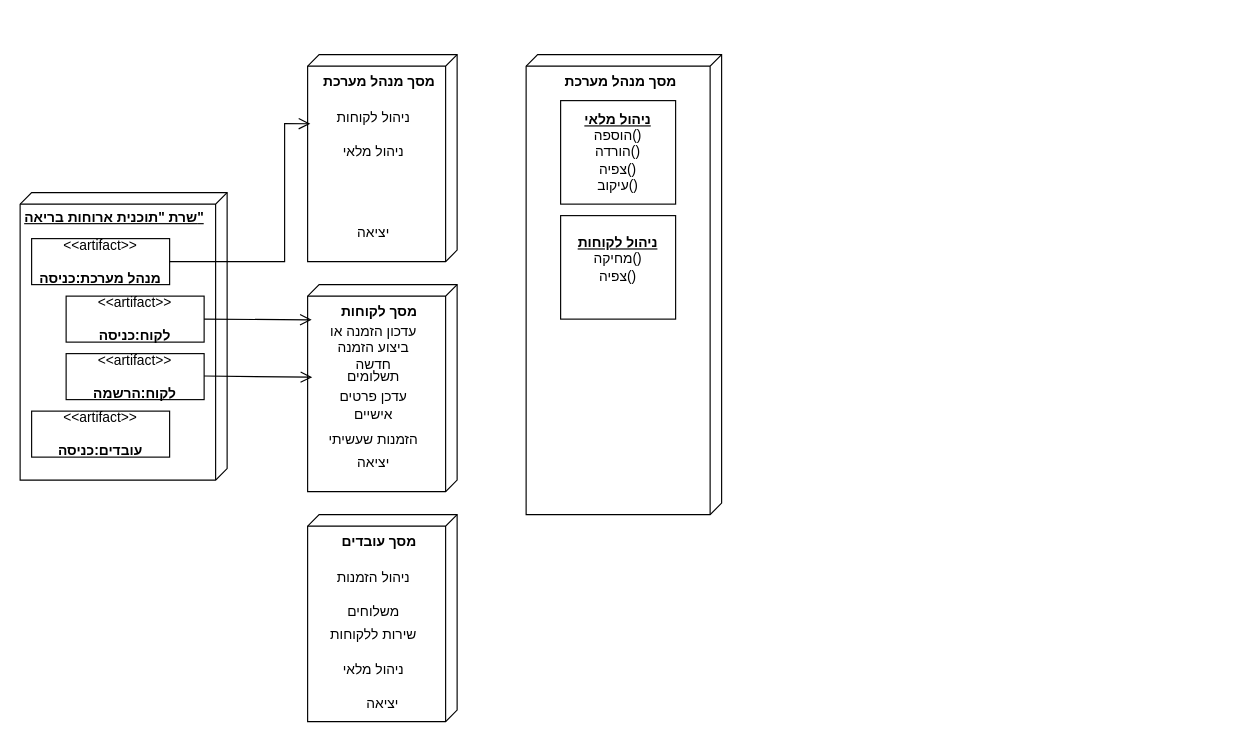
nawrasfaour/OurFoodProj keeps this draw.io diagram as Deployment diagram.drawio. Above is the earlier version. Source tidied: cells renumbered, new cells numbered last; positions are measured from the earlier drawing's top-left corner, leaving out a move shared by most shapes. Both pictures are drawn from the tidied source at 115%, with x=0, y=0 at pixel (20, 54).
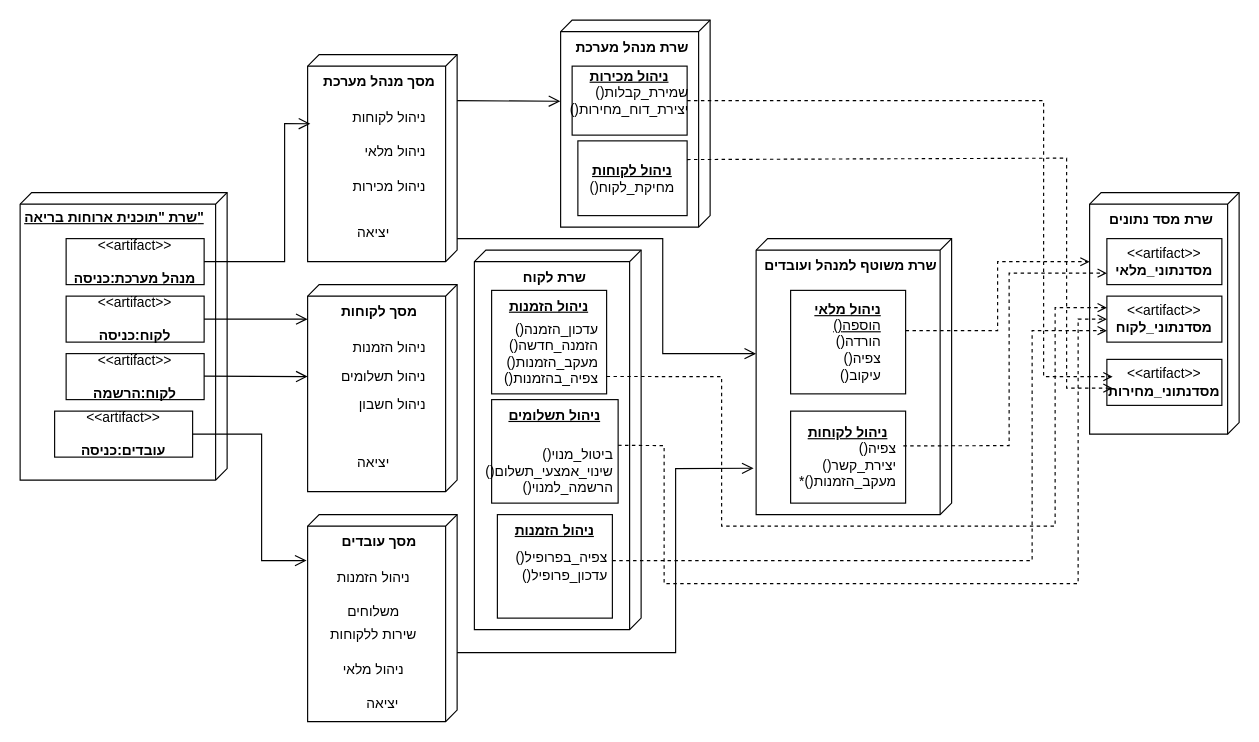
Above is the later version.

Unchanged cells that the change refers to:
```xml
<mxCell id="4" value="&amp;lt;&amp;lt;artifact&amp;gt;&amp;gt;&lt;div&gt;&lt;b&gt;&lt;br&gt;&lt;/b&gt;&lt;/div&gt;&lt;div&gt;&lt;b&gt;לקוח:כניסה&lt;/b&gt;&lt;/div&gt;" style="html=1;align=center;verticalAlign=middle;dashed=0;whiteSpace=wrap;" parent="1" vertex="1">
  <mxGeometry x="40" y="210" width="120" height="40" as="geometry" />
</mxCell>
<mxCell id="7" value="&lt;b&gt;מסך מנהל מערכת&lt;/b&gt;" style="verticalAlign=top;align=center;shape=cube;size=10;direction=south;fontStyle=0;html=1;boundedLbl=1;spacingLeft=5;whiteSpace=wrap;" parent="1" vertex="1">
  <mxGeometry x="250" width="130" height="180" as="geometry" />
</mxCell>
<mxCell id="12" value="&lt;b&gt;מסך לקוחות&lt;/b&gt;" style="verticalAlign=top;align=center;shape=cube;size=10;direction=south;fontStyle=0;html=1;boundedLbl=1;spacingLeft=5;whiteSpace=wrap;" parent="1" vertex="1">
  <mxGeometry x="250" y="200" width="130" height="180" as="geometry" />
</mxCell>
<mxCell id="20" value="&lt;b&gt;מסך עובדים&lt;/b&gt;" style="verticalAlign=top;align=center;shape=cube;size=10;direction=south;fontStyle=0;html=1;boundedLbl=1;spacingLeft=5;whiteSpace=wrap;" parent="1" vertex="1">
  <mxGeometry x="250" y="400" width="130" height="180" as="geometry" />
</mxCell>
```

What changed in the source:
```diff
@@
     <mxCell id="3" value="&amp;lt;&amp;lt;artifact&amp;gt;&amp;gt;&lt;br&gt;&lt;br&gt;&lt;b&gt;מנהל מערכת:כניסה&lt;/b&gt;" style="html=1;align=center;verticalAlign=middle;dashed=0;whiteSpace=wrap;" parent="1" vertex="1">
-      <mxGeometry x="10" y="160" width="120" height="40" as="geometry" />
+      <mxGeometry x="40" y="160" width="120" height="40" as="geometry" />
     </mxCell>
@@
     <mxCell id="6" value="&amp;lt;&amp;lt;artifact&amp;gt;&amp;gt;&lt;br&gt;&lt;br&gt;&lt;b&gt;עובדים:כניסה&lt;/b&gt;" style="html=1;align=center;verticalAlign=middle;dashed=0;whiteSpace=wrap;" parent="1" vertex="1">
-      <mxGeometry x="10" y="310" width="120" height="40" as="geometry" />
+      <mxGeometry x="30" y="310" width="120" height="40" as="geometry" />
     </mxCell>
@@
-    <mxCell id="9" value="ניהול לקוחות" style="text;align=center;verticalAlign=middle;dashed=0;whiteSpace=wrap;" parent="1" vertex="1">
+    <mxCell id="9" value="ניהול לקוחות" style="text;align=right;verticalAlign=middle;dashed=0;whiteSpace=wrap;" parent="1" vertex="1">
       <mxGeometry x="260" y="40" width="95" height="30" as="geometry" />
     </mxCell>
-    <mxCell id="10" value="ניהול מלאי" style="text;align=center;verticalAlign=middle;dashed=0;whiteSpace=wrap;" parent="1" vertex="1">
+    <mxCell id="10" value="ניהול מלאי" style="text;align=right;verticalAlign=middle;dashed=0;whiteSpace=wrap;" parent="1" vertex="1">
       <mxGeometry x="260" y="70" width="95" height="30" as="geometry" />
     </mxCell>
@@
-    <mxCell id="13" value="עדכון הזמנה או ביצוע הזמנה חדשה" style="text;align=center;verticalAlign=middle;dashed=0;whiteSpace=wrap;" parent="1" vertex="1">
+    <mxCell id="13" value="ניהול הזמנות" style="text;align=right;verticalAlign=middle;dashed=0;whiteSpace=wrap;" parent="1" vertex="1">
       <mxGeometry x="260" y="240" width="95" height="30" as="geometry" />
     </mxCell>
-    <mxCell id="14" value="תשלומים" style="text;align=center;verticalAlign=middle;dashed=0;whiteSpace=wrap;" parent="1" vertex="1">
+    <mxCell id="14" value="ניהול תשלומים" style="text;align=right;verticalAlign=middle;dashed=0;whiteSpace=wrap;" parent="1" vertex="1">
       <mxGeometry x="260" y="265" width="95" height="30" as="geometry" />
     </mxCell>
-    <mxCell id="15" value="עדכן פרטים אישיים" style="text;align=center;verticalAlign=middle;dashed=0;whiteSpace=wrap;" parent="1" vertex="1">
+    <mxCell id="15" value="ניהול חשבון" style="text;align=right;verticalAlign=middle;dashed=0;whiteSpace=wrap;" parent="1" vertex="1">
       <mxGeometry x="260" y="290" width="95" height="30" as="geometry" />
     </mxCell>
-    <mxCell id="16" value="הזמנות שעשיתי" style="text;align=center;verticalAlign=middle;dashed=0;whiteSpace=wrap;" parent="1" vertex="1">
-      <mxGeometry x="260" y="320" width="95" height="30" as="geometry" />
-    </mxCell>
@@
-    <mxCell id="18" style="endArrow=open;startArrow=none;endFill=0;startFill=0;endSize=8;html=1;verticalAlign=bottom;labelBackgroundColor=none;strokeWidth=1;rounded=0;exitX=1;exitY=0.5;exitDx=0;exitDy=0;entryX=0.17;entryY=0.973;entryDx=0;entryDy=0;entryPerimeter=0;" parent="1" edge="1" source="4" target="12">
-      <mxGeometry relative="1" as="geometry" />
+    <mxCell id="18" style="endArrow=open;startArrow=none;endFill=0;startFill=0;endSize=8;html=1;verticalAlign=bottom;labelBackgroundColor=none;strokeWidth=1;rounded=0;exitX=1;exitY=0.5;exitDx=0;exitDy=0;" parent="1" edge="1" source="4">
+      <mxGeometry relative="1" as="geometry">
+        <mxPoint x="250" y="230" as="targetPoint" />
+      </mxGeometry>
     </mxCell>
-    <mxCell id="19" style="endArrow=open;startArrow=none;endFill=0;startFill=0;endSize=8;html=1;verticalAlign=bottom;labelBackgroundColor=none;strokeWidth=1;rounded=0;exitX=1;exitY=0.5;exitDx=0;exitDy=0;entryX=0.17;entryY=0.973;entryDx=0;entryDy=0;entryPerimeter=0;" parent="1" edge="1">
+    <mxCell id="19" style="endArrow=open;startArrow=none;endFill=0;startFill=0;endSize=8;html=1;verticalAlign=bottom;labelBackgroundColor=none;strokeWidth=1;rounded=0;exitX=1;exitY=0.5;exitDx=0;exitDy=0;" parent="1" edge="1">
       <mxGeometry relative="1" as="geometry">
         <mxPoint x="160" y="279.5" as="sourcePoint" />
-        <mxPoint x="254" y="280.5" as="targetPoint" />
+        <mxPoint x="250" y="280" as="targetPoint" />
       </mxGeometry>
     </mxCell>
@@
-    <mxCell id="25" value="&lt;b&gt;מסך מנהל מערכת&lt;/b&gt;" style="verticalAlign=top;align=center;shape=cube;size=10;direction=south;fontStyle=0;html=1;boundedLbl=1;spacingLeft=5;whiteSpace=wrap;" parent="1" vertex="1">
-      <mxGeometry x="440" width="170" height="400" as="geometry" />
+    <mxCell id="25" value="&lt;b&gt;שרת משוטף למנהל ועובדים&lt;/b&gt;" style="verticalAlign=top;align=center;shape=cube;size=10;direction=south;fontStyle=0;html=1;boundedLbl=1;spacingLeft=5;whiteSpace=wrap;" parent="1" vertex="1">
+      <mxGeometry x="640" y="160" width="170" height="240" as="geometry" />
     </mxCell>
@@
-    <mxCell id="27" value="&lt;b&gt;&lt;u&gt;ניהול מלאי&lt;br&gt;&lt;/u&gt;&lt;/b&gt;הוספה()&lt;div&gt;הורדה()&lt;/div&gt;&lt;div&gt;צפיה()&lt;/div&gt;&lt;div&gt;עיקוב()&lt;/div&gt;" style="html=1;align=center;verticalAlign=middle;rounded=0;absoluteArcSize=1;arcSize=10;dashed=0;whiteSpace=wrap;" parent="1" vertex="1">
-      <mxGeometry x="470" y="40" width="100" height="90" as="geometry" />
+    <mxCell id="27" value="&lt;b&gt;&lt;u&gt;ניהול מלאי&lt;br&gt;&lt;div style=&quot;text-align: right;&quot;&gt;&lt;span style=&quot;background-color: transparent; color: light-dark(rgb(0, 0, 0), rgb(255, 255, 255)); font-weight: normal;&quot;&gt;()הוספה&lt;/span&gt;&lt;/div&gt;&lt;/u&gt;&lt;/b&gt;&lt;div style=&quot;text-align: right;&quot;&gt;&lt;span style=&quot;background-color: transparent; color: light-dark(rgb(0, 0, 0), rgb(255, 255, 255));&quot;&gt;()&lt;/span&gt;הורדה&lt;/div&gt;&lt;div style=&quot;text-align: right;&quot;&gt;&lt;span style=&quot;background-color: transparent; color: light-dark(rgb(0, 0, 0), rgb(255, 255, 255));&quot;&gt;()&lt;/span&gt;צפיה&lt;/div&gt;&lt;div style=&quot;text-align: right;&quot;&gt;&lt;span style=&quot;background-color: transparent; color: light-dark(rgb(0, 0, 0), rgb(255, 255, 255));&quot;&gt;()&lt;/span&gt;עיקוב&lt;/div&gt;" style="html=1;align=center;verticalAlign=middle;rounded=0;absoluteArcSize=1;arcSize=10;dashed=0;whiteSpace=wrap;" parent="1" vertex="1">
+      <mxGeometry x="670" y="205" width="100" height="90" as="geometry" />
     </mxCell>
-    <mxCell id="28" value="&lt;b&gt;&lt;u&gt;ניהול לקוחות&lt;br&gt;&lt;/u&gt;&lt;/b&gt;מחיקה()&lt;div&gt;צפיה()&lt;/div&gt;&lt;div&gt;&lt;br&gt;&lt;/div&gt;" style="html=1;align=center;verticalAlign=middle;rounded=0;absoluteArcSize=1;arcSize=10;dashed=0;whiteSpace=wrap;" parent="1" vertex="1">
-      <mxGeometry x="470" y="140" width="100" height="90" as="geometry" />
+    <mxCell id="28" value="&lt;b&gt;&lt;u&gt;ניהול לקוחות&lt;/u&gt;&lt;/b&gt;&lt;br&gt;&lt;div style=&quot;text-align: right;&quot;&gt;&lt;span style=&quot;background-color: transparent; color: light-dark(rgb(0, 0, 0), rgb(255, 255, 255));&quot;&gt;()&lt;/span&gt;צפיה&lt;/div&gt;&lt;div style=&quot;text-align: right;&quot;&gt;&lt;span style=&quot;background-color: transparent; color: light-dark(rgb(0, 0, 0), rgb(255, 255, 255));&quot;&gt;()&lt;/span&gt;יצירת_קשר&lt;/div&gt;&lt;div style=&quot;text-align: right;&quot;&gt;*()מעקב_הזמנות&lt;/div&gt;" style="html=1;align=center;verticalAlign=middle;rounded=0;absoluteArcSize=1;arcSize=10;dashed=0;whiteSpace=wrap;" parent="1" vertex="1">
+      <mxGeometry x="670" y="310" width="100" height="80" as="geometry" />
     </mxCell>
+    <mxCell id="29" value="ניהול מכירות" style="text;align=right;verticalAlign=middle;dashed=0;whiteSpace=wrap;" parent="1" vertex="1">
+      <mxGeometry x="260" y="100" width="95" height="30" as="geometry" />
+    </mxCell>
+    <mxCell id="30" style="endArrow=open;startArrow=none;endFill=0;startFill=0;endSize=8;html=1;verticalAlign=bottom;labelBackgroundColor=none;strokeWidth=1;rounded=0;exitX=0.224;exitY=-0.017;exitDx=0;exitDy=0;exitPerimeter=0;" parent="1" edge="1">
+      <mxGeometry relative="1" as="geometry">
+        <mxPoint x="380" y="520" as="sourcePoint" />
+        <mxPoint x="637.8" y="359.7" as="targetPoint" />
+        <Array as="points">
+          <mxPoint x="570" y="520" />
+          <mxPoint x="570" y="360" />
+        </Array>
+      </mxGeometry>
+    </mxCell>
+    <mxCell id="31" style="endArrow=open;startArrow=none;endFill=0;startFill=0;endSize=8;html=1;verticalAlign=bottom;labelBackgroundColor=none;strokeWidth=1;rounded=0;exitX=0.889;exitY=0;exitDx=0;exitDy=0;exitPerimeter=0;" parent="1" edge="1" source="7">
+      <mxGeometry relative="1" as="geometry">
+        <mxPoint x="640" y="260" as="targetPoint" />
+        <Array as="points">
+          <mxPoint x="558.8" y="160" />
+          <mxPoint x="558.8" y="260" />
+        </Array>
+      </mxGeometry>
+    </mxCell>
+    <mxCell id="32" style="endArrow=open;startArrow=none;endFill=0;startFill=0;endSize=8;html=1;verticalAlign=bottom;labelBackgroundColor=none;strokeWidth=1;rounded=0;exitX=1;exitY=0.5;exitDx=0;exitDy=0;entryX=0.222;entryY=1.007;entryDx=0;entryDy=0;entryPerimeter=0;" parent="1" edge="1" target="20">
+      <mxGeometry relative="1" as="geometry">
+        <mxPoint x="150" y="330" as="sourcePoint" />
+        <Array as="points">
+          <mxPoint x="210" y="330" />
+          <mxPoint x="210" y="440" />
+        </Array>
+      </mxGeometry>
+    </mxCell>
+    <mxCell id="33" value="&lt;b&gt;שרת מנהל מערכת&lt;/b&gt;" style="verticalAlign=top;align=center;shape=cube;size=10;direction=south;fontStyle=0;html=1;boundedLbl=1;spacingLeft=5;whiteSpace=wrap;" parent="1" vertex="1">
+      <mxGeometry x="470" y="-30" width="130" height="180" as="geometry" />
+    </mxCell>
+    <mxCell id="34" value="&lt;b&gt;&lt;u&gt;ניהול מכירות&lt;br&gt;&lt;/u&gt;&lt;/b&gt;&lt;div style=&quot;text-align: right;&quot;&gt;&lt;span style=&quot;background-color: transparent; color: light-dark(rgb(0, 0, 0), rgb(255, 255, 255));&quot;&gt;()&lt;/span&gt;שמירת_קבלות&lt;/div&gt;&lt;div style=&quot;text-align: right;&quot;&gt;&lt;span style=&quot;background-color: transparent; color: light-dark(rgb(0, 0, 0), rgb(255, 255, 255));&quot;&gt;()&lt;/span&gt;יצירת_דוח_מחירות&lt;/div&gt;&lt;div style=&quot;text-align: right;&quot;&gt;&lt;br&gt;&lt;/div&gt;" style="html=1;align=center;verticalAlign=middle;rounded=0;absoluteArcSize=1;arcSize=10;dashed=0;whiteSpace=wrap;" parent="1" vertex="1">
+      <mxGeometry x="480" y="10" width="100" height="60" as="geometry" />
+    </mxCell>
+    <mxCell id="35" value="&lt;b&gt;&lt;u&gt;ניהול לקוחות&lt;/u&gt;&lt;/b&gt;&lt;br&gt;&lt;div style=&quot;text-align: right;&quot;&gt;&lt;span style=&quot;background-color: transparent; color: light-dark(rgb(0, 0, 0), rgb(255, 255, 255));&quot;&gt;()&lt;/span&gt;מחיקת_לקוח&lt;/div&gt;" style="html=1;align=center;verticalAlign=middle;rounded=0;absoluteArcSize=1;arcSize=10;dashed=0;whiteSpace=wrap;" parent="1" vertex="1">
+      <mxGeometry x="485" y="75" width="95" height="65" as="geometry" />
+    </mxCell>
+    <mxCell id="36" style="endArrow=open;startArrow=none;endFill=0;startFill=0;endSize=8;html=1;verticalAlign=bottom;labelBackgroundColor=none;strokeWidth=1;rounded=0;exitX=1;exitY=0.5;exitDx=0;exitDy=0;entryX=0.392;entryY=1.002;entryDx=0;entryDy=0;entryPerimeter=0;" parent="1" edge="1" target="33">
+      <mxGeometry relative="1" as="geometry">
+        <mxPoint x="380" y="40" as="sourcePoint" />
+      </mxGeometry>
+    </mxCell>
+    <mxCell id="37" value="&lt;b&gt;שרת לקוח&lt;/b&gt;" style="verticalAlign=top;align=center;shape=cube;size=10;direction=south;fontStyle=0;html=1;boundedLbl=1;spacingLeft=5;whiteSpace=wrap;" parent="1" vertex="1">
+      <mxGeometry x="395" y="170" width="145" height="330" as="geometry" />
+    </mxCell>
+    <mxCell id="38" value="&lt;b&gt;שרת מסד נתונים&lt;/b&gt;" style="verticalAlign=top;align=center;shape=cube;size=10;direction=south;fontStyle=0;html=1;boundedLbl=1;spacingLeft=5;whiteSpace=wrap;" parent="1" vertex="1">
+      <mxGeometry x="930" y="120" width="130" height="210" as="geometry" />
+    </mxCell>
+    <mxCell id="39" value="&lt;b&gt;&lt;u&gt;ניהול הזמנות&lt;/u&gt;&lt;/b&gt;&lt;div&gt;&lt;b&gt;&lt;u&gt;&lt;br&gt;&lt;/u&gt;&lt;/b&gt;&lt;/div&gt;" style="html=1;align=center;verticalAlign=top;rounded=0;absoluteArcSize=1;arcSize=10;dashed=0;whiteSpace=wrap;" parent="1" vertex="1">
+      <mxGeometry x="410" y="205" width="100" height="90" as="geometry" />
+    </mxCell>
+    <mxCell id="40" value="()עדכון_הזמנה&#10; ()הזמנה_חדשה&#10;()מעקב_הזמנות&#10;()צפיה_בהזמנות" style="text;align=right;verticalAlign=top;dashed=0;whiteSpace=wrap;" parent="1" vertex="1">
+      <mxGeometry x="410" y="225" width="95" height="50" as="geometry" />
+    </mxCell>
+    <mxCell id="41" value="&lt;b&gt;&lt;u&gt;ניהול תשלומים&lt;/u&gt;&lt;/b&gt;&lt;div&gt;&lt;b&gt;&lt;u&gt;&lt;br&gt;&lt;/u&gt;&lt;/b&gt;&lt;/div&gt;" style="html=1;align=center;verticalAlign=top;rounded=0;absoluteArcSize=1;arcSize=10;dashed=0;whiteSpace=wrap;" parent="1" vertex="1">
+      <mxGeometry x="410" y="300" width="110" height="90" as="geometry" />
+    </mxCell>
+    <mxCell id="42" value="&#10;()ביטול_מנוי&#10;()שינוי_אמצעי_תשלום&#10;()הרשמה_למנוי" style="text;align=right;verticalAlign=middle;dashed=0;whiteSpace=wrap;" parent="1" vertex="1">
+      <mxGeometry x="417.5" y="340" width="100" height="30" as="geometry" />
+    </mxCell>
+    <mxCell id="43" value="&lt;b&gt;&lt;u&gt;ניהול הזמנות&lt;/u&gt;&lt;/b&gt;&lt;div&gt;&lt;b&gt;&lt;u&gt;&lt;br&gt;&lt;/u&gt;&lt;/b&gt;&lt;/div&gt;" style="html=1;align=center;verticalAlign=top;rounded=0;absoluteArcSize=1;arcSize=10;dashed=0;whiteSpace=wrap;" parent="1" vertex="1">
+      <mxGeometry x="415" y="400" width="100" height="90" as="geometry" />
+    </mxCell>
+    <mxCell id="44" value="()צפיה_בפרופיל&#10;()עדכון_פרופיל" style="text;align=right;verticalAlign=middle;dashed=0;whiteSpace=wrap;" parent="1" vertex="1">
+      <mxGeometry x="417.5" y="430" width="95" height="30" as="geometry" />
+    </mxCell>
+    <mxCell id="45" value="&amp;lt;&amp;lt;artifact&amp;gt;&amp;gt;&lt;br&gt;&lt;b&gt;מסדנתוני_מלאי&lt;/b&gt;" style="html=1;align=center;verticalAlign=middle;dashed=0;whiteSpace=wrap;" parent="1" vertex="1">
+      <mxGeometry x="945" y="160" width="100" height="40" as="geometry" />
+    </mxCell>
+    <mxCell id="46" value="&amp;lt;&amp;lt;artifact&amp;gt;&amp;gt;&lt;br&gt;&lt;b&gt;מסדנתוני_לקוח&lt;/b&gt;" style="html=1;align=center;verticalAlign=middle;dashed=0;whiteSpace=wrap;" parent="1" vertex="1">
+      <mxGeometry x="945" y="210" width="100" height="40" as="geometry" />
+    </mxCell>
+    <mxCell id="47" value="&amp;lt;&amp;lt;artifact&amp;gt;&amp;gt;&lt;br&gt;&lt;b&gt;מסדנתוני_מחירות&lt;/b&gt;" style="html=1;align=center;verticalAlign=middle;dashed=0;whiteSpace=wrap;" parent="1" vertex="1">
+      <mxGeometry x="945" y="265" width="100" height="40" as="geometry" />
+    </mxCell>
+    <mxCell id="48" style="html=1;verticalAlign=bottom;labelBackgroundColor=none;endArrow=open;endFill=0;dashed=1;rounded=0;" parent="1" edge="1">
+      <mxGeometry relative="1" as="geometry">
+        <mxPoint x="580" y="40" as="sourcePoint" />
+        <mxPoint x="950" y="280" as="targetPoint" />
+        <Array as="points">
+          <mxPoint x="890" y="40" />
+          <mxPoint x="890" y="280" />
+        </Array>
+      </mxGeometry>
+    </mxCell>
+    <mxCell id="49" style="html=1;verticalAlign=bottom;labelBackgroundColor=none;endArrow=open;endFill=0;dashed=1;rounded=0;exitX=1;exitY=0.25;exitDx=0;exitDy=0;" parent="1" edge="1" source="35">
+      <mxGeometry relative="1" as="geometry">
+        <mxPoint x="950" y="290" as="targetPoint" />
+        <Array as="points">
+          <mxPoint x="910" y="90" />
+          <mxPoint x="910" y="290" />
+        </Array>
+      </mxGeometry>
+    </mxCell>
+    <mxCell id="50" style="html=1;verticalAlign=bottom;labelBackgroundColor=none;endArrow=open;endFill=0;dashed=1;rounded=0;entryX=0.286;entryY=1;entryDx=0;entryDy=0;entryPerimeter=0;" parent="1" edge="1" target="38">
+      <mxGeometry relative="1" as="geometry">
+        <mxPoint x="770" y="240" as="sourcePoint" />
+        <Array as="points">
+          <mxPoint x="850" y="240" />
+          <mxPoint x="850" y="180" />
+        </Array>
+      </mxGeometry>
+    </mxCell>
+    <mxCell id="51" style="html=1;verticalAlign=bottom;labelBackgroundColor=none;endArrow=open;endFill=0;dashed=1;rounded=0;exitX=0.98;exitY=0.378;exitDx=0;exitDy=0;exitPerimeter=0;entryX=0;entryY=0.75;entryDx=0;entryDy=0;" parent="1" edge="1" source="28" target="45">
+      <mxGeometry relative="1" as="geometry">
+        <Array as="points">
+          <mxPoint x="860" y="340" />
+          <mxPoint x="860" y="280" />
+          <mxPoint x="860" y="190" />
+        </Array>
+      </mxGeometry>
+    </mxCell>
+    <mxCell id="52" style="html=1;verticalAlign=bottom;labelBackgroundColor=none;endArrow=open;endFill=0;dashed=1;rounded=0;exitX=0.333;exitY=0.207;exitDx=0;exitDy=0;exitPerimeter=0;entryX=0;entryY=0.25;entryDx=0;entryDy=0;" parent="1" edge="1" source="37" target="46">
+      <mxGeometry relative="1" as="geometry">
+        <Array as="points">
+          <mxPoint x="610" y="280" />
+          <mxPoint x="610" y="410" />
+          <mxPoint x="900" y="410" />
+          <mxPoint x="900" y="220" />
+        </Array>
+      </mxGeometry>
+    </mxCell>
+    <mxCell id="53" style="html=1;verticalAlign=bottom;labelBackgroundColor=none;endArrow=open;endFill=0;dashed=1;rounded=0;exitX=0.333;exitY=0.207;exitDx=0;exitDy=0;exitPerimeter=0;entryX=0;entryY=0.5;entryDx=0;entryDy=0;" parent="1" edge="1" target="46">
+      <mxGeometry relative="1" as="geometry">
+        <mxPoint x="520" y="339.7" as="sourcePoint" />
+        <Array as="points">
+          <mxPoint x="560" y="340" />
+          <mxPoint x="560" y="460" />
+          <mxPoint x="920" y="460" />
+          <mxPoint x="920" y="230" />
+        </Array>
+      </mxGeometry>
+    </mxCell>
+    <mxCell id="54" style="html=1;verticalAlign=bottom;labelBackgroundColor=none;endArrow=open;endFill=0;dashed=1;rounded=0;exitX=0.333;exitY=0.207;exitDx=0;exitDy=0;exitPerimeter=0;entryX=0;entryY=0.75;entryDx=0;entryDy=0;" parent="1" edge="1" target="46">
+      <mxGeometry relative="1" as="geometry">
+        <mxPoint x="515" y="440" as="sourcePoint" />
+        <Array as="points">
+          <mxPoint x="595" y="440" />
+          <mxPoint x="880" y="440" />
+          <mxPoint x="880" y="240" />
+        </Array>
+      </mxGeometry>
+    </mxCell>
```
